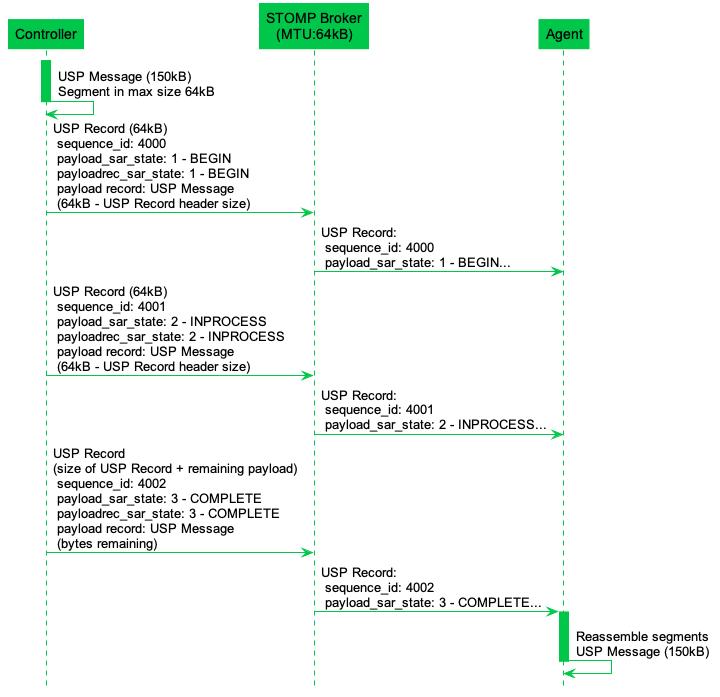
Above: docs/specification/e2e-message-exchange/segmentation-and-reassembly.png in BroadbandForum/usp (PlantUML), before the change. The source it was exported from:
```plantuml
@startuml



hide circle
hide empty description
hide footbox

skinparam backgroundColor Transparent
skinparam defaultFontName arial
skinparam shadowing false

skinparam arrowColor #00c749

skinparam Class {
  backgroundColor Transparent
  borderColor #00c749
  borderThickness 1
}

skinparam Activity {
  backgroundColor Transparent
  borderColor #00c749
  DiamondBackgroundColor White
  DiamondBorderColor #00c749
}

skinparam Object {
  backgroundColor Transparent
  borderColor #00c749
}

skinparam Component {
  backgroundColor Transparent
  borderColor #00c749
}

skinparam Interface {
  backgroundColor Transparent
  borderColor #00c749
}

skinparam Note {
  backgroundColor #e6ebef
  borderColor #00c749
}

skinparam Package {
  backgroundColor Transparent
  fontSize 11
  fontStyle normal
  borderColor #00c749
}

skinparam Sequence {
  actorBorderColor #135056
  boxBackgroundColor WhiteSmoke
  boxBorderColor #ccd4e1
  groupBorderColor #135056
  groupBackgroundColor #ccd4e1
  lifeLineBorderColor #00c749
  lifeLineBackgroundColor #00c749
  participantBackgroundColor #00c749
  participantBorderColor #00c749
}

skinparam State {
  backgroundColor Transparent
  borderColor #00c749
}

participant Controller as C
participant "STOMP Broker\n(MTU:64kB)" as S
participant Agent as A


Activate C

C -> C : USP Message (150kB)\nSegment in max size 64kB

Deactivate C

C -> S : USP Record (64kB)\n sequence_id: 4000 \n payload_sar_state: 1 - BEGIN\n payloadrec_sar_state: 1 - BEGIN\n payload record: USP Message \n (64kB - USP Record header size)

S -> A : USP Record:\n sequence_id: 4000\n payload_sar_state: 1 - BEGIN...

C -> S : USP Record (64kB)\n sequence_id: 4001 \n payload_sar_state: 2 - INPROCESS\n payloadrec_sar_state: 2 - INPROCESS\n payload record: USP Message \n (64kB - USP Record header size)

S -> A : USP Record:\n sequence_id: 4001\n payload_sar_state: 2 - INPROCESS...

C -> S : USP Record\n(size of USP Record + remaining payload)\n sequence_id: 4002 \n payload_sar_state: 3 - COMPLETE\n payloadrec_sar_state: 3 - COMPLETE\n payload record: USP Message \n (bytes remaining)

S -> A : USP Record:\n sequence_id: 4002\n payload_sar_state: 3 - COMPLETE...

Activate A

A -> A: Reassemble segments\nUSP Message (150kB)

Deactivate A

@enduml
```
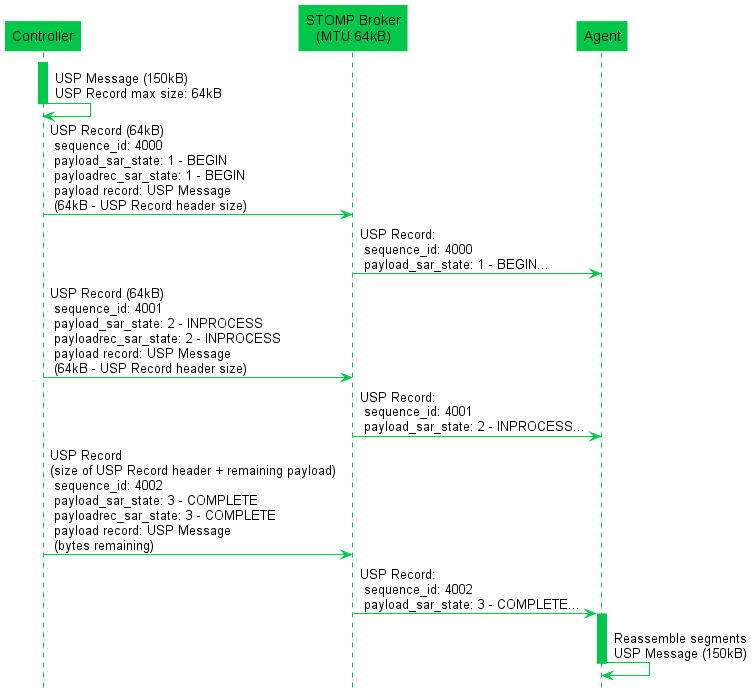
The same file after the commit.

Change to the diagram source:
```diff
@@ -1,72 +1,78 @@
 @startuml
 
+!$backgroundColor = White
+
+!$bbfLighterGreen = "#00c749"
+!$bbfDarkerGreen = "#135056"
+!$bbfLightGrey = "#e6ebef"
+!$bbfDarkerGrey = "#ccd4e1"
 
 
 hide circle
 hide empty description
 hide footbox
 
-skinparam backgroundColor Transparent
+skinparam backgroundColor $backgroundColor
 skinparam defaultFontName arial
 skinparam shadowing false
 
-skinparam arrowColor #00c749
+skinparam arrowColor $bbfLighterGreen
 
 skinparam Class {
-  backgroundColor Transparent
-  borderColor #00c749
+  backgroundColor $backgroundColor
+  borderColor $bbfLighterGreen
   borderThickness 1
 }
 
 skinparam Activity {
-  backgroundColor Transparent
-  borderColor #00c749
-  DiamondBackgroundColor White
-  DiamondBorderColor #00c749
+  backgroundColor $backgroundColor
+  borderColor $bbfLighterGreen
+  DiamondBackgroundColor $backgroundColor
+  DiamondBorderColor $bbfLighterGreen
 }
 
 skinparam Object {
-  backgroundColor Transparent
-  borderColor #00c749
+  backgroundColor $backgroundColor
+  borderColor $bbfLighterGreen
 }
 
 skinparam Component {
-  backgroundColor Transparent
-  borderColor #00c749
+  backgroundColor $backgroundColor
+  borderColor $bbfLighterGreen
 }
 
 skinparam Interface {
-  backgroundColor Transparent
-  borderColor #00c749
+  backgroundColor $backgroundColor
+  borderColor $bbfLighterGreen
 }
 
 skinparam Note {
-  backgroundColor #e6ebef
-  borderColor #00c749
+  backgroundColor $bbfLightGrey
+  borderColor $bbfDarkerGreen
 }
 
 skinparam Package {
-  backgroundColor Transparent
+  backgroundColor $backgroundColor
   fontSize 11
   fontStyle normal
-  borderColor #00c749
+  borderColor $bbfLighterGreen
 }
 
 skinparam Sequence {
-  actorBorderColor #135056
+  actorBorderColor $bbfDarkerGreen
   boxBackgroundColor WhiteSmoke
-  boxBorderColor #ccd4e1
-  groupBorderColor #135056
-  groupBackgroundColor #ccd4e1
-  lifeLineBorderColor #00c749
-  lifeLineBackgroundColor #00c749
-  participantBackgroundColor #00c749
-  participantBorderColor #00c749
+  boxBorderColor $bbfDarkerGrey
+  groupBorderColor $bbfDarkerGreen
+  groupBackgroundColor $bbfDarkerGrey
+  lifeLineBorderColor $bbfLighterGreen
+  lifeLineBackgroundColor $bbfLighterGreen
+  participantBackgroundColor $bbfLighterGreen
+  participantBorderColor $bbfLighterGreen
 }
 
 skinparam State {
-  backgroundColor Transparent
-  borderColor #00c749
+  backgroundColor $backgroundColor
+  borderColor $bbfLighterGreen
 }
 
 participant Controller as C
@@ -76,7 +82,7 @@
 
 Activate C
 
-C -> C : USP Message (150kB)\nSegment in max size 64kB
+C -> C : USP Message (150kB)\nUSP Record max size: 64kB
 
 Deactivate C
 
@@ -88,7 +94,7 @@
 
 S -> A : USP Record:\n sequence_id: 4001\n payload_sar_state: 2 - INPROCESS...
 
-C -> S : USP Record\n(size of USP Record + remaining payload)\n sequence_id: 4002 \n payload_sar_state: 3 - COMPLETE\n payloadrec_sar_state: 3 - COMPLETE\n payload record: USP Message \n (bytes remaining)
+C -> S : USP Record\n(size of USP Record header + remaining payload)\n sequence_id: 4002 \n payload_sar_state: 3 - COMPLETE\n payloadrec_sar_state: 3 - COMPLETE\n payload record: USP Message \n (bytes remaining)
 
 S -> A : USP Record:\n sequence_id: 4002\n payload_sar_state: 3 - COMPLETE...
 
```
